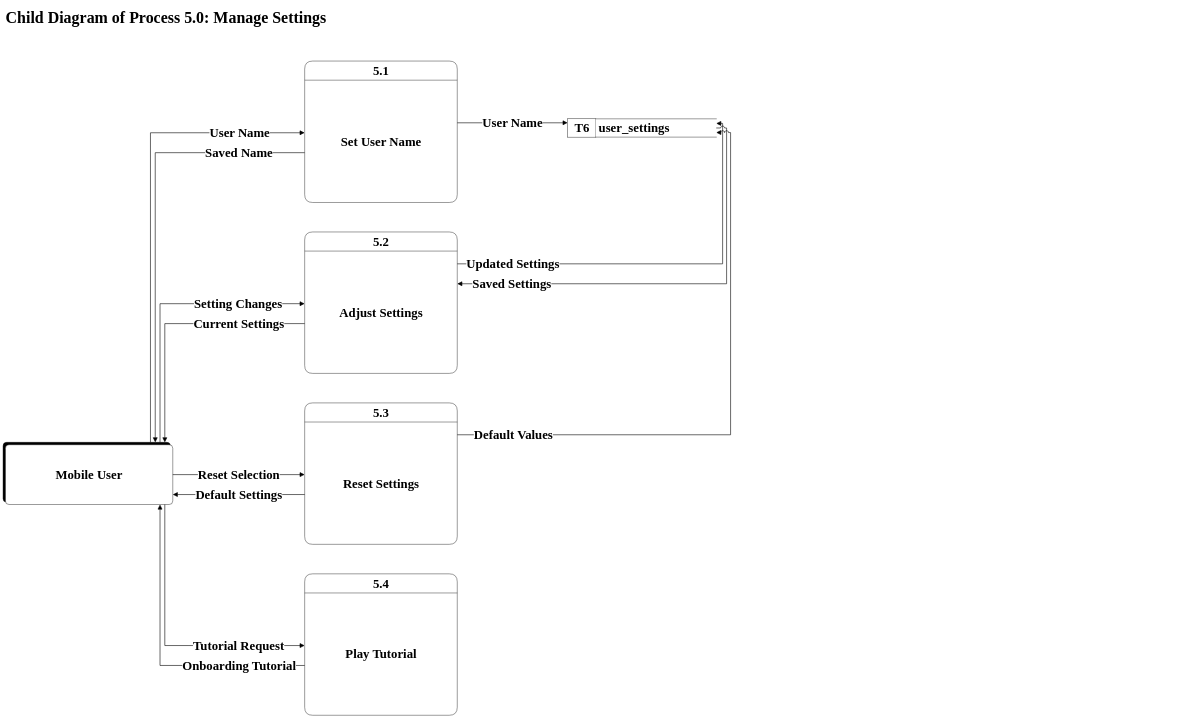
weimodein/sigla keeps this draw.io diagram as page "5.0 Manage Settings" (8 of 12) of docs-internal/diagrams/dfd/dataflow.drawio. Above is the earlier version. Source tidied: cells renumbered, new cells numbered last; positions are measured from the earlier drawing's top-left corner, leaving out a move shared by most shapes. Both pictures are drawn from the tidied source at 17%, with x=0, y=0 at pixel (3, 5).
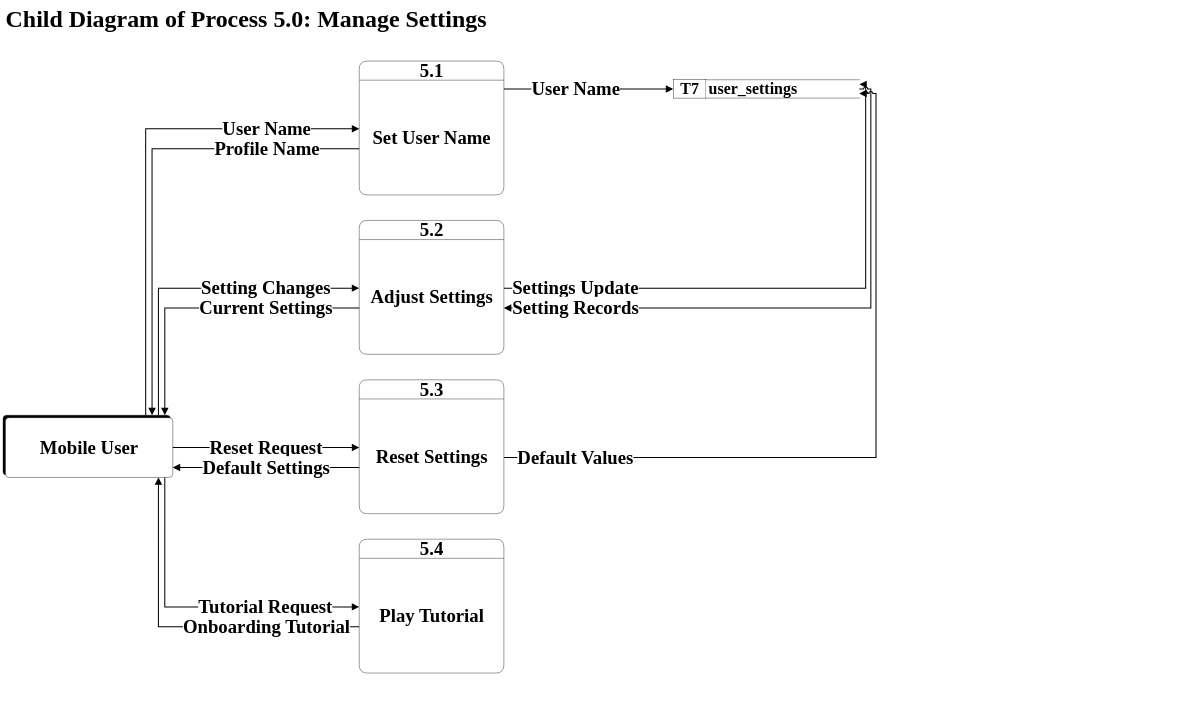
The same page after the edit.

What changed in the source:
```diff
@@
-    <mxCell id="2" value="Child Diagram of Process 5.0: Manage Settings" style="text;html=1;align=left;verticalAlign=middle;fontSize=93.75;fontStyle=1;fontFamily=Times New Roman;" parent="1" vertex="1">
-      <mxGeometry x="14.4" y="0.4" width="4687.5" height="140.6" as="geometry" />
+    <mxCell id="2" value="Child Diagram of Process 5.0: Manage Settings" style="text;html=1;align=left;verticalAlign=middle;fontSize=140.62;fontStyle=1;fontFamily=Times New Roman;" parent="1" vertex="1">
+      <mxGeometry x="14.4" y="-13.6" width="7031.2" height="187.5" as="geometry" />
     </mxCell>
-    <mxCell id="3" value="&lt;b&gt;5.1&lt;/b&gt;" style="swimlane;rounded=1;arcSize=14;startSize=112.50;html=1;fillColor=#ffffff;swimlaneFillColor=#ffffff;strokeColor=#000000;fontSize=75;fontFamily=Times New Roman;strokeWidth=2.34;" parent="1" vertex="1">
-      <mxGeometry x="1774.6" y="328.6" width="897.7" height="832" as="geometry" />
+    <mxCell id="3" value="&lt;b&gt;5.1&lt;/b&gt;" style="swimlane;rounded=1;arcSize=14;startSize=112.50;html=1;fillColor=#ffffff;swimlaneFillColor=#ffffff;strokeColor=#000000;fontSize=110.16;fontFamily=Times New Roman;strokeWidth=2.34;" parent="1" vertex="1">
+      <mxGeometry x="2095.7" y="328.6" width="850.8" height="787.5" as="geometry" />
     </mxCell>
-    <mxCell id="4" value="&lt;b&gt;Set User Name&lt;/b&gt;" style="text;html=1;align=center;verticalAlign=middle;whiteSpace=wrap;fontSize=75;fontFamily=Times New Roman;" parent="3" vertex="1">
-      <mxGeometry y="112.5" width="897.7" height="719.5" as="geometry" />
+    <mxCell id="4" value="&lt;b&gt;Set User Name&lt;/b&gt;" style="text;html=1;align=center;verticalAlign=middle;whiteSpace=wrap;fontSize=110.16;fontFamily=Times New Roman;" parent="3" vertex="1">
+      <mxGeometry y="112.5" width="850.8" height="675" as="geometry" />
     </mxCell>
-    <mxCell id="5" value="&lt;b&gt;5.2&lt;/b&gt;" style="swimlane;rounded=1;arcSize=14;startSize=112.50;html=1;fillColor=#ffffff;swimlaneFillColor=#ffffff;strokeColor=#000000;fontSize=75;fontFamily=Times New Roman;strokeWidth=2.34;" parent="1" vertex="1">
-      <mxGeometry x="1774.6" y="1334" width="897.7" height="832" as="geometry" />
+    <mxCell id="5" value="&lt;b&gt;5.2&lt;/b&gt;" style="swimlane;rounded=1;arcSize=14;startSize=112.50;html=1;fillColor=#ffffff;swimlaneFillColor=#ffffff;strokeColor=#000000;fontSize=110.16;fontFamily=Times New Roman;strokeWidth=2.34;" parent="1" vertex="1">
+      <mxGeometry x="2095.7" y="1266.1" width="850.8" height="787.5" as="geometry" />
     </mxCell>
-    <mxCell id="6" value="&lt;b&gt;Adjust Settings&lt;/b&gt;" style="text;html=1;align=center;verticalAlign=middle;whiteSpace=wrap;fontSize=75;fontFamily=Times New Roman;" parent="5" vertex="1">
-      <mxGeometry y="112.5" width="897.7" height="719.5" as="geometry" />
+    <mxCell id="6" value="&lt;b&gt;Adjust Settings&lt;/b&gt;" style="text;html=1;align=center;verticalAlign=middle;whiteSpace=wrap;fontSize=110.16;fontFamily=Times New Roman;" parent="5" vertex="1">
+      <mxGeometry y="112.5" width="850.8" height="675" as="geometry" />
     </mxCell>
-    <mxCell id="7" value="&lt;b&gt;5.3&lt;/b&gt;" style="swimlane;rounded=1;arcSize=14;startSize=112.50;html=1;fillColor=#ffffff;swimlaneFillColor=#ffffff;strokeColor=#000000;fontSize=75;fontFamily=Times New Roman;strokeWidth=2.34;" parent="1" vertex="1">
-      <mxGeometry x="1774.6" y="2339.5" width="897.7" height="832" as="geometry" />
+    <mxCell id="7" value="&lt;b&gt;5.3&lt;/b&gt;" style="swimlane;rounded=1;arcSize=14;startSize=112.50;html=1;fillColor=#ffffff;swimlaneFillColor=#ffffff;strokeColor=#000000;fontSize=110.16;fontFamily=Times New Roman;strokeWidth=2.34;" parent="1" vertex="1">
+      <mxGeometry x="2095.7" y="2203.6" width="850.8" height="787.5" as="geometry" />
     </mxCell>
-    <mxCell id="8" value="&lt;b&gt;Reset Settings&lt;/b&gt;" style="text;html=1;align=center;verticalAlign=middle;whiteSpace=wrap;fontSize=75;fontFamily=Times New Roman;" parent="7" vertex="1">
-      <mxGeometry y="112.5" width="897.7" height="719.5" as="geometry" />
+    <mxCell id="8" value="&lt;b&gt;Reset Settings&lt;/b&gt;" style="text;html=1;align=center;verticalAlign=middle;whiteSpace=wrap;fontSize=110.16;fontFamily=Times New Roman;" parent="7" vertex="1">
+      <mxGeometry y="112.5" width="850.8" height="675" as="geometry" />
     </mxCell>
-    <mxCell id="9" value="&lt;b&gt;5.4&lt;/b&gt;" style="swimlane;rounded=1;arcSize=14;startSize=112.50;html=1;fillColor=#ffffff;swimlaneFillColor=#ffffff;strokeColor=#000000;fontSize=75;fontFamily=Times New Roman;strokeWidth=2.34;" parent="1" vertex="1">
-      <mxGeometry x="1774.6" y="3345" width="897.7" height="832" as="geometry" />
+    <mxCell id="9" value="&lt;b&gt;5.4&lt;/b&gt;" style="swimlane;rounded=1;arcSize=14;startSize=112.50;html=1;fillColor=#ffffff;swimlaneFillColor=#ffffff;strokeColor=#000000;fontSize=110.16;fontFamily=Times New Roman;strokeWidth=2.34;" parent="1" vertex="1">
+      <mxGeometry x="2095.7" y="3141.1" width="850.8" height="787.5" as="geometry" />
     </mxCell>
-    <mxCell id="10" value="&lt;b&gt;Play Tutorial&lt;/b&gt;" style="text;html=1;align=center;verticalAlign=middle;whiteSpace=wrap;fontSize=75;fontFamily=Times New Roman;" parent="9" vertex="1">
-      <mxGeometry y="112.5" width="897.7" height="719.5" as="geometry" />
+    <mxCell id="10" value="&lt;b&gt;Play Tutorial&lt;/b&gt;" style="text;html=1;align=center;verticalAlign=middle;whiteSpace=wrap;fontSize=110.16;fontFamily=Times New Roman;" parent="9" vertex="1">
+      <mxGeometry y="112.5" width="850.8" height="675" as="geometry" />
     </mxCell>
-    <mxCell id="11" value="&lt;b&gt;T6&lt;/b&gt;" style="rounded=0;html=1;fillColor=#ffffff;strokeColor=#000000;fontSize=75;fontFamily=Times New Roman;strokeWidth=2.34;" parent="1" vertex="1">
-      <mxGeometry x="3321.5" y="668.4" width="166.4" height="107.8" as="geometry" />
+    <mxCell id="11" value="&lt;b&gt;T7&lt;/b&gt;" style="rounded=0;html=1;fillColor=#ffffff;strokeColor=#000000;fontSize=93.75;fontFamily=Times New Roman;strokeWidth=2.34;" parent="1" vertex="1">
+      <mxGeometry x="3942.6" y="438.7" width="192.2" height="107.8" as="geometry" />
     </mxCell>
-    <mxCell id="12" value="&lt;b&gt;user_settings&lt;/b&gt;" style="shape=partialRectangle;html=1;whiteSpace=wrap;top=1;bottom=1;left=0;right=0;fillColor=#ffffff;strokeColor=#000000;align=left;spacingLeft=14.06;fontSize=75;fontFamily=Times New Roman;strokeWidth=2.34;" parent="1" vertex="1">
-      <mxGeometry x="3487.9" y="668.4" width="707.8" height="107.8" as="geometry" />
+    <mxCell id="12" value="&lt;b&gt;user_settings&lt;/b&gt;" style="shape=partialRectangle;html=1;whiteSpace=wrap;top=1;bottom=1;left=0;right=0;fillColor=#ffffff;strokeColor=#000000;align=left;spacingLeft=14.06;fontSize=93.75;fontFamily=Times New Roman;strokeWidth=2.34;" parent="1" vertex="1">
+      <mxGeometry x="4134.8" y="438.7" width="902.3" height="107.8" as="geometry" />
     </mxCell>
     <mxCell id="13" style="rounded=1;arcSize=6;fillColor=#000000;strokeColor=#000000;strokeWidth=2.34;" parent="1" vertex="1">
-      <mxGeometry x="0.4" y="2571.5" width="984.4" height="351.6" as="geometry" />
+      <mxGeometry x="0.4" y="2412.2" width="984.4" height="351.6" as="geometry" />
     </mxCell>
-    <mxCell id="14" value="&lt;b&gt;Mobile User&lt;/b&gt;" style="rounded=1;arcSize=6;whiteSpace=wrap;html=1;fillColor=#ffffff;strokeColor=#000000;fontSize=75;fontFamily=Times New Roman;strokeWidth=2.34;" parent="1" vertex="1">
-      <mxGeometry x="14.4" y="2585.6" width="984.4" height="351.6" as="geometry" />
+    <mxCell id="14" value="&lt;b&gt;Mobile User&lt;/b&gt;" style="rounded=1;arcSize=6;whiteSpace=wrap;html=1;fillColor=#ffffff;strokeColor=#000000;fontSize=110.16;fontFamily=Times New Roman;strokeWidth=2.34;" parent="1" vertex="1">
+      <mxGeometry x="14.4" y="2426.2" width="984.4" height="351.6" as="geometry" />
     </mxCell>
-    <mxCell id="15" value="Current Settings" style="html=1;rounded=0;endArrow=block;endFill=1;endSize=20;jumpStyle=arc;jumpSize=18;strokeColor=#000000;fontSize=75;fontStyle=1;fontColor=#000000;labelBackgroundColor=#ffffff;fontFamily=Times New Roman;exitX=0;exitY=0.647887323943662;exitDx=0;exitDy=0;entryX=0.9666666666666667;entryY=0;entryDx=0;entryDy=0;strokeWidth=3.5;" parent="1" edge="1" source="5" target="13">
-      <mxGeometry x="-0.49" relative="1" as="geometry">
+    <mxCell id="15" value="Current Settings" style="html=1;rounded=0;endArrow=block;endFill=1;endSize=28;jumpStyle=arc;jumpSize=14;strokeColor=#000000;fontSize=110.16;fontStyle=1;fontColor=#000000;labelBackgroundColor=#ffffff;fontFamily=Times New Roman;exitX=0;exitY=0.6547619047619048;exitDx=0;exitDy=0;entryX=0.9666666666666667;entryY=0;entryDx=0;entryDy=0;strokeWidth=6;" parent="1" edge="1" source="5" target="13">
+      <mxGeometry x="-0.38" relative="1" as="geometry">
         <Array as="points">
-          <mxPoint x="951.9" y="1873.1" />
+          <mxPoint x="951.9" y="1781.7" />
         </Array>
       </mxGeometry>
     </mxCell>
-    <mxCell id="16" value="Setting Changes" style="html=1;rounded=0;endArrow=block;endFill=1;endSize=20;jumpStyle=arc;jumpSize=18;strokeColor=#000000;fontSize=75;fontStyle=1;fontColor=#000000;labelBackgroundColor=#ffffff;fontFamily=Times New Roman;exitX=0.9380952380952381;exitY=0;exitDx=0;exitDy=0;entryX=0;entryY=0.5070422535211268;entryDx=0;entryDy=0;strokeWidth=3.5;" parent="1" edge="1" source="13" target="5">
-      <mxGeometry x="0.53" relative="1" as="geometry">
+    <mxCell id="16" value="Setting Changes" style="html=1;rounded=0;endArrow=block;endFill=1;endSize=28;jumpStyle=arc;jumpSize=14;strokeColor=#000000;fontSize=110.16;fontStyle=1;fontColor=#000000;labelBackgroundColor=#ffffff;fontFamily=Times New Roman;exitX=0.9285714285714286;exitY=0;exitDx=0;exitDy=0;entryX=0;entryY=0.5059523809523809;entryDx=0;entryDy=0;strokeWidth=6;" parent="1" edge="1" source="13" target="5">
+      <mxGeometry x="0.43" relative="1" as="geometry">
         <Array as="points">
-          <mxPoint x="923.8" y="1755.9" />
+          <mxPoint x="914.4" y="1664.5" />
         </Array>
       </mxGeometry>
     </mxCell>
-    <mxCell id="17" value="Saved Name" style="html=1;rounded=0;endArrow=block;endFill=1;endSize=20;jumpStyle=arc;jumpSize=18;strokeColor=#000000;fontSize=75;fontStyle=1;fontColor=#000000;labelBackgroundColor=#ffffff;fontFamily=Times New Roman;exitX=0;exitY=0.647887323943662;exitDx=0;exitDy=0;entryX=0.9095238095238095;entryY=0;entryDx=0;entryDy=0;strokeWidth=3.5;" parent="1" edge="1" source="3" target="13">
-      <mxGeometry x="-0.7" relative="1" as="geometry">
+    <mxCell id="17" value="Profile Name" style="html=1;rounded=0;endArrow=block;endFill=1;endSize=28;jumpStyle=arc;jumpSize=14;strokeColor=#000000;fontSize=110.16;fontStyle=1;fontColor=#000000;labelBackgroundColor=#ffffff;fontFamily=Times New Roman;exitX=0;exitY=0.6547619047619048;exitDx=0;exitDy=0;entryX=0.8904761904761904;entryY=0;entryDx=0;entryDy=0;strokeWidth=6;" parent="1" edge="1" source="3" target="13">
+      <mxGeometry x="-0.61" relative="1" as="geometry">
         <Array as="points">
-          <mxPoint x="895.7" y="867.6" />
+          <mxPoint x="876.9" y="844.2" />
         </Array>
       </mxGeometry>
     </mxCell>
-    <mxCell id="18" value="User Name" style="html=1;rounded=0;endArrow=block;endFill=1;endSize=20;jumpStyle=arc;jumpSize=18;strokeColor=#000000;fontSize=75;fontStyle=1;fontColor=#000000;labelBackgroundColor=#ffffff;fontFamily=Times New Roman;exitX=0.8809523809523809;exitY=0;exitDx=0;exitDy=0;entryX=0;entryY=0.5070422535211268;entryDx=0;entryDy=0;strokeWidth=3.5;" parent="1" edge="1" source="13" target="3">
-      <mxGeometry x="0.72" relative="1" as="geometry">
+    <mxCell id="18" value="User Name" style="html=1;rounded=0;endArrow=block;endFill=1;endSize=28;jumpStyle=arc;jumpSize=14;strokeColor=#000000;fontSize=110.16;fontStyle=1;fontColor=#000000;labelBackgroundColor=#ffffff;fontFamily=Times New Roman;exitX=0.8523809523809524;exitY=0;exitDx=0;exitDy=0;entryX=0;entryY=0.5059523809523809;entryDx=0;entryDy=0;strokeWidth=6;" parent="1" edge="1" source="13" target="3">
+      <mxGeometry x="0.63" relative="1" as="geometry">
         <Array as="points">
-          <mxPoint x="867.6" y="750.4" />
+          <mxPoint x="839.4" y="727" />
         </Array>
       </mxGeometry>
     </mxCell>
-    <mxCell id="19" value="Tutorial Request" style="html=1;rounded=0;endArrow=block;endFill=1;endSize=20;jumpStyle=arc;jumpSize=18;strokeColor=#000000;fontSize=75;fontStyle=1;fontColor=#000000;labelBackgroundColor=#ffffff;fontFamily=Times New Roman;exitX=0.9523809523809523;exitY=1;exitDx=0;exitDy=0;entryX=0;entryY=0.5070422535211268;entryDx=0;entryDy=0;strokeWidth=3.5;" parent="1" edge="1" source="14" target="9">
-      <mxGeometry x="0.53" relative="1" as="geometry">
+    <mxCell id="19" value="Tutorial Request" style="html=1;rounded=0;endArrow=block;endFill=1;endSize=28;jumpStyle=arc;jumpSize=14;strokeColor=#000000;fontSize=110.16;fontStyle=1;fontColor=#000000;labelBackgroundColor=#ffffff;fontFamily=Times New Roman;exitX=0.9523809523809523;exitY=1;exitDx=0;exitDy=0;entryX=0;entryY=0.5059523809523809;entryDx=0;entryDy=0;strokeWidth=6;" parent="1" edge="1" source="14" target="9">
+      <mxGeometry x="0.42" relative="1" as="geometry">
         <Array as="points">
-          <mxPoint x="951.9" y="3766.8" />
+          <mxPoint x="951.9" y="3539.5" />
         </Array>
       </mxGeometry>
     </mxCell>
-    <mxCell id="20" value="Onboarding Tutorial" style="html=1;rounded=0;endArrow=block;endFill=1;endSize=20;jumpStyle=arc;jumpSize=18;strokeColor=#000000;fontSize=75;fontStyle=1;fontColor=#000000;labelBackgroundColor=#ffffff;fontFamily=Times New Roman;exitX=0;exitY=0.647887323943662;exitDx=0;exitDy=0;entryX=0.9238095238095239;entryY=1;entryDx=0;entryDy=0;strokeWidth=3.5;" parent="1" edge="1" source="9" target="14">
-      <mxGeometry x="-0.57" relative="1" as="geometry">
+    <mxCell id="20" value="Onboarding Tutorial" style="html=1;rounded=0;endArrow=block;endFill=1;endSize=28;jumpStyle=arc;jumpSize=14;strokeColor=#000000;fontSize=110.16;fontStyle=1;fontColor=#000000;labelBackgroundColor=#ffffff;fontFamily=Times New Roman;exitX=0;exitY=0.6547619047619048;exitDx=0;exitDy=0;entryX=0.9142857142857143;entryY=1;entryDx=0;entryDy=0;strokeWidth=6;" parent="1" edge="1" source="9" target="14">
+      <mxGeometry x="-0.47" relative="1" as="geometry">
         <Array as="points">
-          <mxPoint x="923.8" y="3884" />
+          <mxPoint x="914.4" y="3656.7" />
         </Array>
       </mxGeometry>
     </mxCell>
-    <mxCell id="21" value="Reset Selection" style="html=1;rounded=0;endArrow=block;endFill=1;endSize=20;jumpStyle=arc;jumpSize=18;strokeColor=#000000;fontSize=75;fontStyle=1;fontColor=#000000;labelBackgroundColor=#ffffff;fontFamily=Times New Roman;exitX=1;exitY=0.5;exitDx=0;exitDy=0;entryX=0;entryY=0.5070422535211268;entryDx=0;entryDy=0;strokeWidth=3.5;" parent="1" edge="1" source="14" target="7">
+    <mxCell id="21" value="Reset Request" style="html=1;rounded=0;endArrow=block;endFill=1;endSize=28;jumpStyle=arc;jumpSize=14;strokeColor=#000000;fontSize=110.16;fontStyle=1;fontColor=#000000;labelBackgroundColor=#ffffff;fontFamily=Times New Roman;exitX=1;exitY=0.5;exitDx=0;exitDy=0;entryX=0;entryY=0.5059523809523809;entryDx=0;entryDy=0;strokeWidth=6;" parent="1" edge="1" source="14" target="7">
       <mxGeometry relative="1" as="geometry" />
     </mxCell>
-    <mxCell id="22" value="Default Settings" style="html=1;rounded=0;endArrow=block;endFill=1;endSize=20;jumpStyle=arc;jumpSize=18;strokeColor=#000000;fontSize=75;fontStyle=1;fontColor=#000000;labelBackgroundColor=#ffffff;fontFamily=Times New Roman;exitX=0;exitY=0.647887323943662;exitDx=0;exitDy=0;entryX=1;entryY=0.8333333333333334;entryDx=0;entryDy=0;strokeWidth=3.5;" parent="1" edge="1" source="7" target="14">
+    <mxCell id="22" value="Default Settings" style="html=1;rounded=0;endArrow=block;endFill=1;endSize=28;jumpStyle=arc;jumpSize=14;strokeColor=#000000;fontSize=110.16;fontStyle=1;fontColor=#000000;labelBackgroundColor=#ffffff;fontFamily=Times New Roman;exitX=0;exitY=0.6547619047619048;exitDx=0;exitDy=0;entryX=1;entryY=0.8333333333333334;entryDx=0;entryDy=0;strokeWidth=6;" parent="1" edge="1" source="7" target="14">
       <mxGeometry relative="1" as="geometry" />
     </mxCell>
-    <mxCell id="23" value="User Name" style="html=1;rounded=0;endArrow=block;endFill=1;endSize=20;jumpStyle=arc;jumpSize=18;strokeColor=#000000;fontSize=75;fontStyle=1;fontColor=#000000;labelBackgroundColor=#ffffff;fontFamily=Times New Roman;exitX=1;exitY=0.43661971830985913;exitDx=0;exitDy=0;entryX=0;entryY=0.21739130434782608;entryDx=0;entryDy=0;strokeWidth=3.5;" parent="1" edge="1" source="3" target="11">
-      <mxGeometry relative="1" as="geometry" />
+    <mxCell id="23" value="User Name" style="html=1;rounded=0;endArrow=block;endFill=1;endSize=28;jumpStyle=arc;jumpSize=14;strokeColor=#000000;fontSize=110.16;fontStyle=1;fontColor=#000000;labelBackgroundColor=#ffffff;fontFamily=Times New Roman;exitX=1;exitY=0.20833333333333334;exitDx=0;exitDy=0;entryX=0;entryY=0.5;entryDx=0;entryDy=0;strokeWidth=6;" parent="1" edge="1" source="3" target="11">
+      <mxGeometry x="-0.15" relative="1" as="geometry" />
     </mxCell>
-    <mxCell id="24" value="Updated Settings" style="html=1;rounded=0;endArrow=block;endFill=1;endSize=20;jumpStyle=arc;jumpSize=18;strokeColor=#000000;fontSize=75;fontStyle=1;fontColor=#000000;labelBackgroundColor=#ffffff;fontFamily=Times New Roman;exitX=1;exitY=0.22535211267605634;exitDx=0;exitDy=0;entryX=1;entryY=0.25;entryDx=0;entryDy=0;strokeWidth=3.5;" parent="1" edge="1" source="5" target="12">
-      <mxGeometry x="-0.73" relative="1" as="geometry">
+    <mxCell id="24" value="Settings Update" style="html=1;rounded=0;endArrow=block;endFill=1;endSize=28;jumpStyle=arc;jumpSize=14;strokeColor=#000000;fontSize=110.16;fontStyle=1;fontColor=#000000;labelBackgroundColor=#ffffff;fontFamily=Times New Roman;exitX=1;exitY=0.5059523809523809;exitDx=0;exitDy=0;entryX=1;entryY=0.25;entryDx=0;entryDy=0;strokeWidth=6;" parent="1" edge="1" source="5" target="12">
+      <mxGeometry x="-0.75" relative="1" as="geometry">
         <Array as="points">
-          <mxPoint x="4233.2" y="1521.5" />
-          <mxPoint x="4233.2" y="695.4" />
+          <mxPoint x="5074.6" y="1664.5" />
+          <mxPoint x="5074.6" y="465.7" />
         </Array>
       </mxGeometry>
     </mxCell>
-    <mxCell id="25" value="Saved Settings" style="html=1;rounded=0;endArrow=block;endFill=1;endSize=20;jumpStyle=arc;jumpSize=18;strokeColor=#000000;fontSize=75;fontStyle=1;fontColor=#000000;labelBackgroundColor=#ffffff;fontFamily=Times New Roman;exitX=1;exitY=0.5;exitDx=0;exitDy=0;entryX=1;entryY=0.36619718309859156;entryDx=0;entryDy=0;strokeWidth=3.5;" parent="1" edge="1" source="12" target="5">
-      <mxGeometry x="0.75" relative="1" as="geometry">
+    <mxCell id="25" value="Setting Records" style="html=1;rounded=0;endArrow=block;endFill=1;endSize=28;jumpStyle=arc;jumpSize=14;strokeColor=#000000;fontSize=110.16;fontStyle=1;fontColor=#000000;labelBackgroundColor=#ffffff;fontFamily=Times New Roman;exitX=1;exitY=0.5;exitDx=0;exitDy=0;entryX=1;entryY=0.6547619047619048;entryDx=0;entryDy=0;strokeWidth=6;" parent="1" edge="1" source="12" target="5">
+      <mxGeometry x="0.76" relative="1" as="geometry">
         <Array as="points">
-          <mxPoint x="4256.6" y="722.3" />
-          <mxPoint x="4256.6" y="1638.7" />
+          <mxPoint x="5105.1" y="492.6" />
+          <mxPoint x="5105.1" y="1781.7" />
         </Array>
       </mxGeometry>
     </mxCell>
-    <mxCell id="26" value="Default Values" style="html=1;rounded=0;endArrow=block;endFill=1;endSize=20;jumpStyle=arc;jumpSize=18;strokeColor=#000000;fontSize=75;fontStyle=1;fontColor=#000000;labelBackgroundColor=#ffffff;fontFamily=Times New Roman;exitX=1;exitY=0.22535211267605634;exitDx=0;exitDy=0;entryX=1;entryY=0.75;entryDx=0;entryDy=0;strokeWidth=3.5;" parent="1" edge="1" source="7" target="12">
+    <mxCell id="26" value="Default Values" style="html=1;rounded=0;endArrow=block;endFill=1;endSize=28;jumpStyle=arc;jumpSize=14;strokeColor=#000000;fontSize=110.16;fontStyle=1;fontColor=#000000;labelBackgroundColor=#ffffff;fontFamily=Times New Roman;exitX=1;exitY=0.5803571428571429;exitDx=0;exitDy=0;entryX=1;entryY=0.75;entryDx=0;entryDy=0;strokeWidth=6;" parent="1" edge="1" source="7" target="12">
       <mxGeometry x="-0.81" relative="1" as="geometry">
         <Array as="points">
-          <mxPoint x="4280.1" y="2527" />
-          <mxPoint x="4280.1" y="749.3" />
+          <mxPoint x="5135.5" y="2660.6" />
+          <mxPoint x="5135.5" y="519.6" />
         </Array>
       </mxGeometry>
     </mxCell>
```
